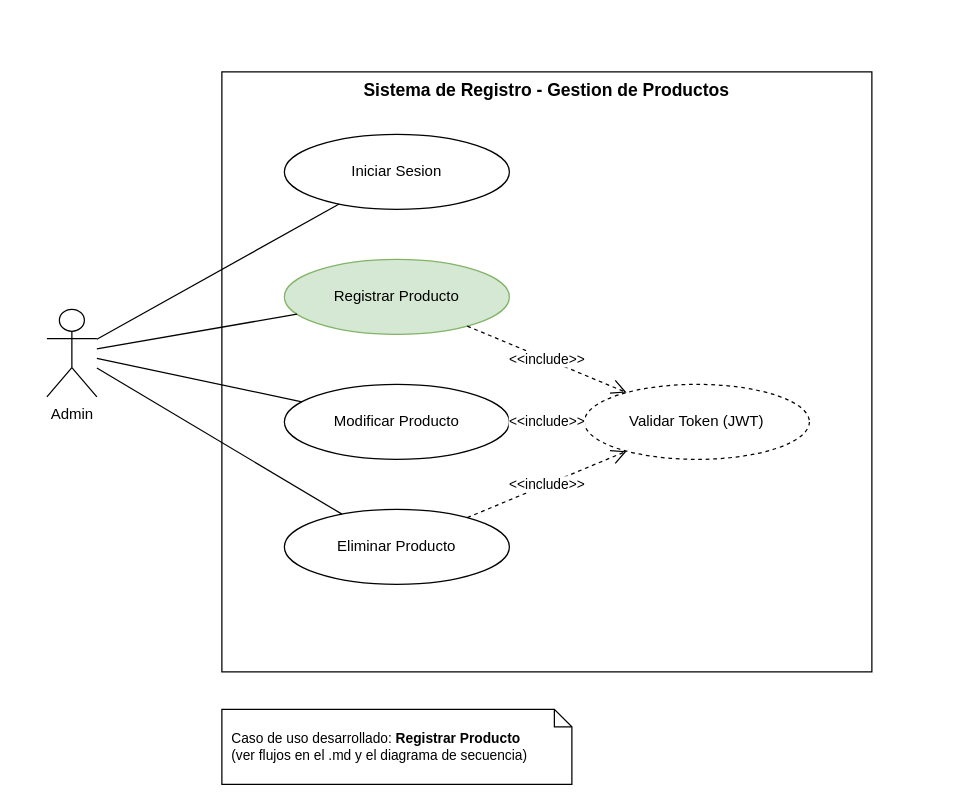
LeandroPereyra-arg/Sistema-De-Registro keeps this draw.io diagram as page "1 - Caso de Uso" (1 of 2) of docs/Caso-de-Uso-Registrar-Producto.drawio. Above is the earlier version. Source tidied: cells renumbered, new cells numbered last; positions are measured from the earlier drawing's top-left corner, leaving out a move shared by most shapes. Both pictures are drawn from the tidied source at 125%, with x=0, y=0 at pixel (46, 71).
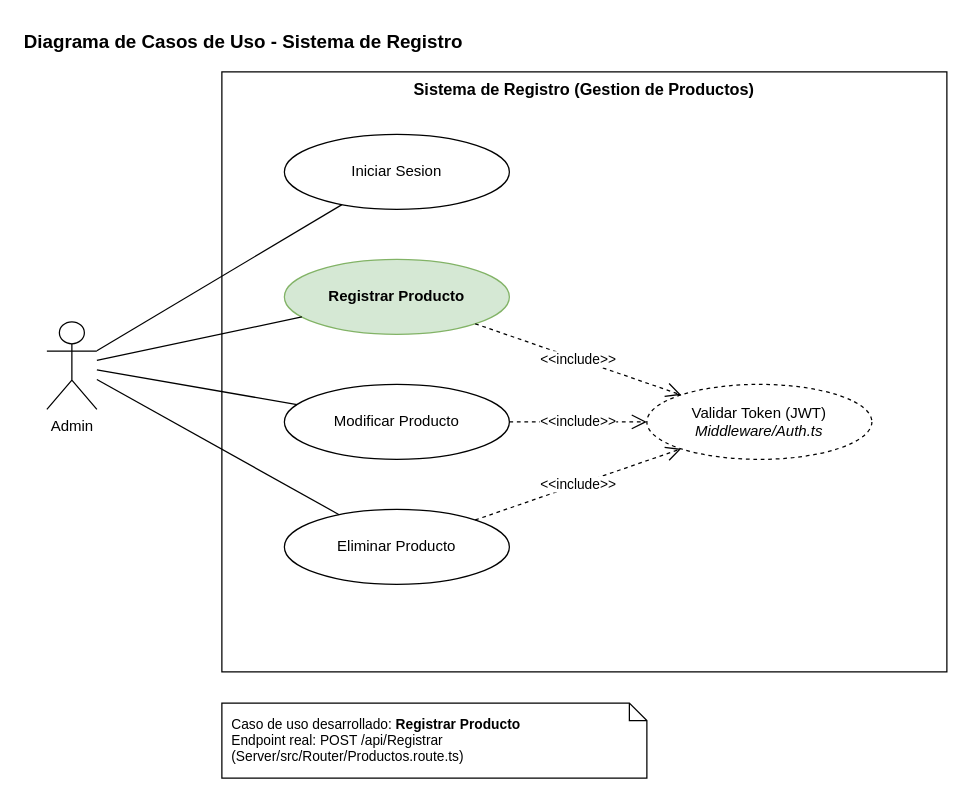
After the change.

The edit, as a diff of the source:
```diff
@@
 <mxGraphModel>
   <root>
     <mxCell id="0" />
     <mxCell id="1" parent="0" />
+    <mxCell id="17" value="Diagrama de Casos de Uso - Sistema de Registro" style="text;html=1;align=left;verticalAlign=middle;fontSize=15;fontStyle=1;" parent="1" vertex="1">
+      <mxGeometry x="-20" y="-40" width="600" height="30" as="geometry" />
+    </mxCell>
-    <mxCell id="2" value="Sistema de Registro - Gestion de Productos" style="rounded=0;whiteSpace=wrap;html=1;verticalAlign=top;fontSize=14;fontStyle=1;fillColor=none;" parent="1" vertex="1">
-      <mxGeometry x="140" width="520" height="480" as="geometry" />
+    <mxCell id="2" value="Sistema de Registro (Gestion de Productos)" style="rounded=0;whiteSpace=wrap;html=1;verticalAlign=top;fontSize=13;fontStyle=1;fillColor=none;" parent="1" vertex="1">
+      <mxGeometry x="140" width="580" height="480" as="geometry" />
     </mxCell>
     <mxCell id="3" value="Admin" style="shape=umlActor;verticalLabelPosition=bottom;verticalAlign=top;html=1;outlineConnect=0;" parent="1" vertex="1">
-      <mxGeometry y="190" width="40" height="70" as="geometry" />
+      <mxGeometry y="200" width="40" height="70" as="geometry" />
     </mxCell>
     <mxCell id="4" value="Iniciar Sesion" style="ellipse;whiteSpace=wrap;html=1;" parent="1" vertex="1">
       <mxGeometry x="190" y="50" width="180" height="60" as="geometry" />
     </mxCell>
-    <mxCell id="5" value="Registrar Producto" style="ellipse;whiteSpace=wrap;html=1;fillColor=#d5e8d4;strokeColor=#82b366;" parent="1" vertex="1">
+    <mxCell id="5" value="Registrar Producto" style="ellipse;whiteSpace=wrap;html=1;fillColor=#d5e8d4;strokeColor=#82b366;fontStyle=1;" parent="1" vertex="1">
       <mxGeometry x="190" y="150" width="180" height="60" as="geometry" />
     </mxCell>
     <mxCell id="6" value="Modificar Producto" style="ellipse;whiteSpace=wrap;html=1;" parent="1" vertex="1">
       <mxGeometry x="190" y="250" width="180" height="60" as="geometry" />
     </mxCell>
     <mxCell id="7" value="Eliminar Producto" style="ellipse;whiteSpace=wrap;html=1;" parent="1" vertex="1">
       <mxGeometry x="190" y="350" width="180" height="60" as="geometry" />
     </mxCell>
-    <mxCell id="8" value="Validar Token (JWT)" style="ellipse;whiteSpace=wrap;html=1;dashed=1;" parent="1" vertex="1">
-      <mxGeometry x="430" y="250" width="180" height="60" as="geometry" />
+    <mxCell id="8" value="Validar Token (JWT)&lt;br&gt;&lt;i&gt;Middleware/Auth.ts&lt;/i&gt;" style="ellipse;whiteSpace=wrap;html=1;dashed=1;" parent="1" vertex="1">
+      <mxGeometry x="480" y="250" width="180" height="60" as="geometry" />
     </mxCell>
     <mxCell id="9" style="endArrow=none;html=1;rounded=0;" parent="1" edge="1" source="3" target="4">
       <mxGeometry relative="1" as="geometry" />
     </mxCell>
     <mxCell id="10" style="endArrow=none;html=1;rounded=0;" parent="1" edge="1" source="3" target="5">
       <mxGeometry relative="1" as="geometry" />
     </mxCell>
     <mxCell id="11" style="endArrow=none;html=1;rounded=0;" parent="1" edge="1" source="3" target="6">
       <mxGeometry relative="1" as="geometry" />
     </mxCell>
     <mxCell id="12" style="endArrow=none;html=1;rounded=0;" parent="1" edge="1" source="3" target="7">
       <mxGeometry relative="1" as="geometry" />
     </mxCell>
     <mxCell id="13" value="&amp;lt;&amp;lt;include&amp;gt;&amp;gt;" style="endArrow=open;endSize=10;dashed=1;html=1;rounded=0;fontSize=11;" parent="1" edge="1" source="5" target="8">
       <mxGeometry relative="1" as="geometry" />
     </mxCell>
     <mxCell id="14" value="&amp;lt;&amp;lt;include&amp;gt;&amp;gt;" style="endArrow=open;endSize=10;dashed=1;html=1;rounded=0;fontSize=11;" parent="1" edge="1" source="6" target="8">
       <mxGeometry relative="1" as="geometry" />
     </mxCell>
     <mxCell id="15" value="&amp;lt;&amp;lt;include&amp;gt;&amp;gt;" style="endArrow=open;endSize=10;dashed=1;html=1;rounded=0;fontSize=11;" parent="1" edge="1" source="7" target="8">
       <mxGeometry relative="1" as="geometry" />
     </mxCell>
-    <mxCell id="16" value="Caso de uso desarrollado: &lt;b&gt;Registrar Producto&lt;/b&gt;&lt;br&gt;(ver flujos en el .md y el diagrama de secuencia)" style="shape=note;whiteSpace=wrap;html=1;size=14;align=left;spacingLeft=6;fontSize=11;" parent="1" vertex="1">
-      <mxGeometry x="140" y="510" width="280" height="60" as="geometry" />
+    <mxCell id="16" value="Caso de uso desarrollado: &lt;b&gt;Registrar Producto&lt;/b&gt;&lt;br&gt;Endpoint real: POST /api/Registrar (Server/src/Router/Productos.route.ts)" style="shape=note;whiteSpace=wrap;html=1;size=14;align=left;spacingLeft=6;fontSize=11;" parent="1" vertex="1">
+      <mxGeometry x="140" y="505" width="340" height="60" as="geometry" />
     </mxCell>
   </root>
 </mxGraphModel>
```
